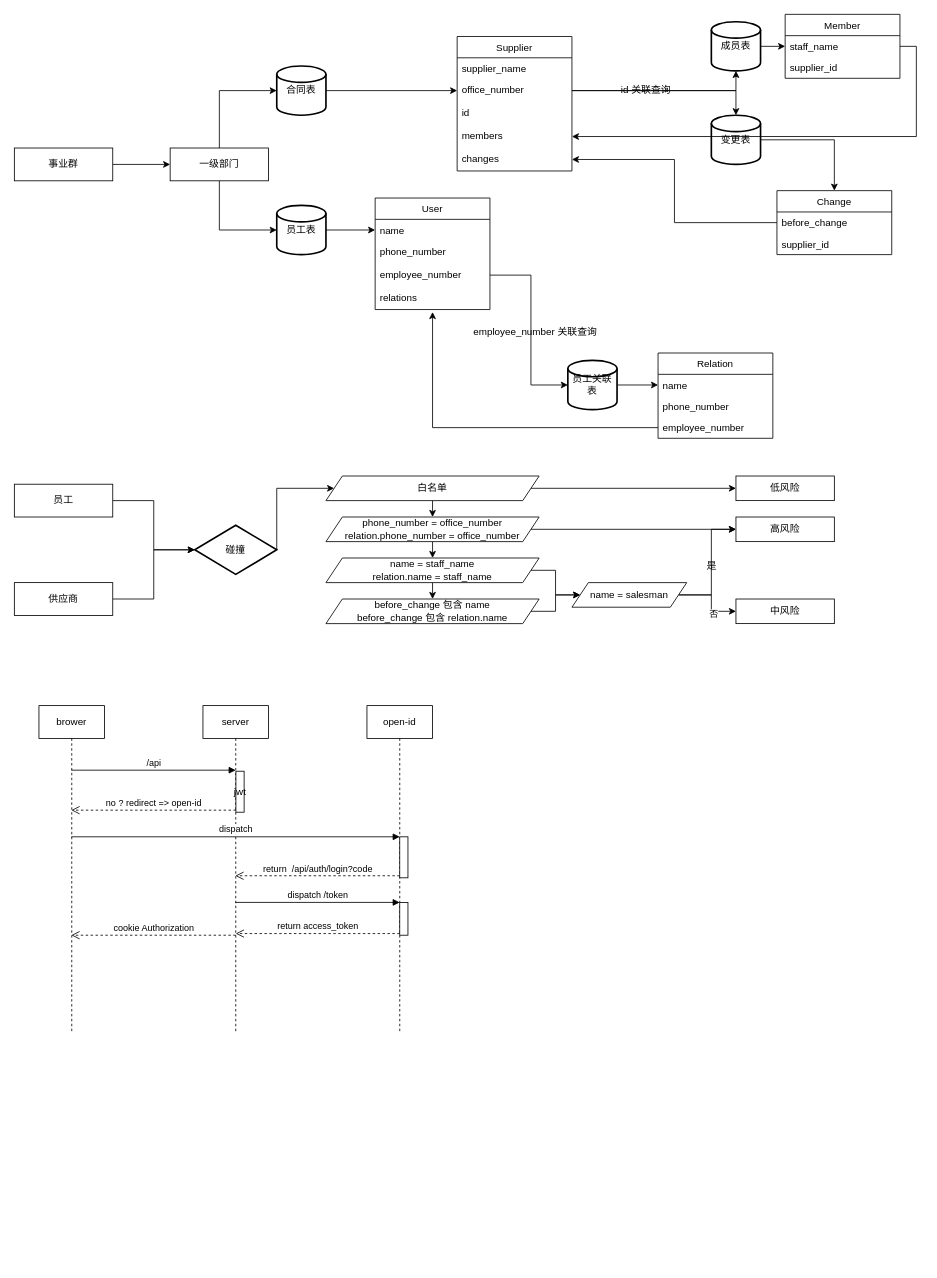
Before: 未命名绘图.drawio in leefinder/blogs, a draw.io diagram. Source tidied: cells renumbered, new cells numbered last; positions are measured from the earlier drawing's top-left corner, leaving out a move shared by most shapes. Both pictures are drawn from the tidied source at 82%, with x=0, y=0 at pixel (14, 14).
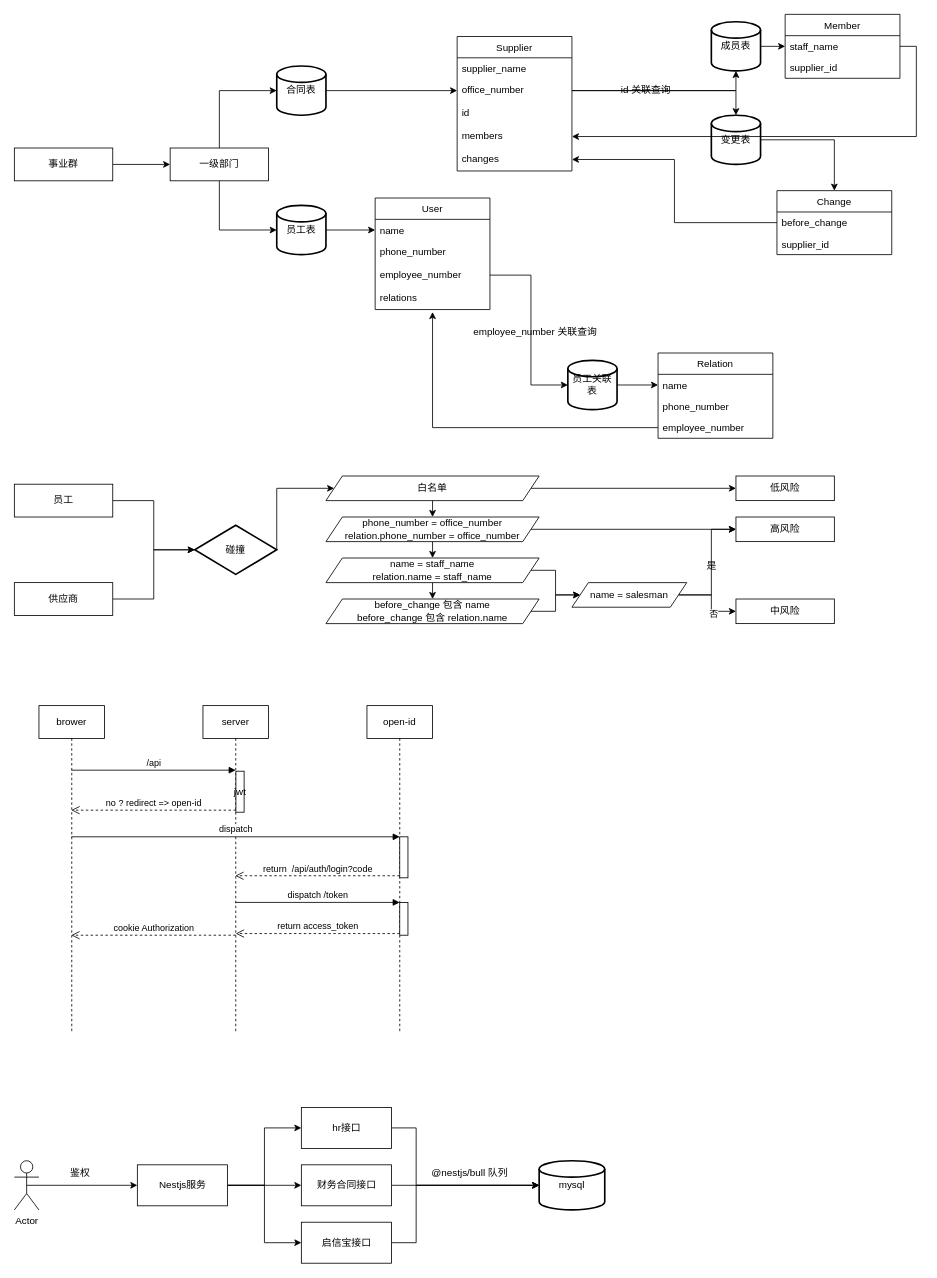
Above is the later version.

Commit message (it also covers changes not shown here):
更新未命名绘图.drawio

Change to the diagram source:
```diff
@@
+    <mxCell id="84" style="edgeStyle=orthogonalEdgeStyle;rounded=0;jettySize=auto;html=1;exitX=0.5;exitY=0.5;exitDx=0;exitDy=0;exitPerimeter=0;entryX=0;entryY=0.5;entryDx=0;entryDy=0;" parent="1" edge="1" source="85" target="89">
+      <mxGeometry relative="1" as="geometry" />
+    </mxCell>
+    <mxCell id="85" value="Actor" style="shape=umlActor;verticalLabelPosition=bottom;verticalAlign=top;html=1;" parent="1" vertex="1">
+      <mxGeometry y="1398" width="30" height="60" as="geometry" />
+    </mxCell>
+    <mxCell id="86" style="edgeStyle=orthogonalEdgeStyle;rounded=0;jettySize=auto;html=1;exitX=1;exitY=0.5;exitDx=0;exitDy=0;entryX=0;entryY=0.5;entryDx=0;entryDy=0;" parent="1" edge="1" source="89" target="91">
+      <mxGeometry relative="1" as="geometry" />
+    </mxCell>
+    <mxCell id="87" style="edgeStyle=orthogonalEdgeStyle;rounded=0;jettySize=auto;html=1;exitX=1;exitY=0.5;exitDx=0;exitDy=0;entryX=0;entryY=0.5;entryDx=0;entryDy=0;" parent="1" edge="1" source="89" target="93">
+      <mxGeometry relative="1" as="geometry" />
+    </mxCell>
+    <mxCell id="88" style="edgeStyle=orthogonalEdgeStyle;rounded=0;jettySize=auto;html=1;exitX=1;exitY=0.5;exitDx=0;exitDy=0;entryX=0;entryY=0.5;entryDx=0;entryDy=0;" parent="1" edge="1" source="89" target="95">
+      <mxGeometry relative="1" as="geometry" />
+    </mxCell>
+    <mxCell id="89" value="Nestjs服务" style="html=1;" parent="1" vertex="1">
+      <mxGeometry x="150" y="1403" width="110" height="50" as="geometry" />
+    </mxCell>
+    <mxCell id="90" style="edgeStyle=orthogonalEdgeStyle;rounded=0;jettySize=auto;html=1;exitX=1;exitY=0.5;exitDx=0;exitDy=0;entryX=0;entryY=0.5;entryDx=0;entryDy=0;entryPerimeter=0;" parent="1" edge="1" source="91" target="96">
+      <mxGeometry relative="1" as="geometry">
+        <Array as="points">
+          <mxPoint x="490" y="1358" />
+          <mxPoint x="490" y="1428" />
+        </Array>
+      </mxGeometry>
+    </mxCell>
+    <mxCell id="91" value="hr接口" style="html=1;" parent="1" vertex="1">
+      <mxGeometry x="350" y="1333" width="110" height="50" as="geometry" />
+    </mxCell>
+    <mxCell id="92" style="edgeStyle=orthogonalEdgeStyle;rounded=0;jettySize=auto;html=1;exitX=1;exitY=0.5;exitDx=0;exitDy=0;entryX=0;entryY=0.5;entryDx=0;entryDy=0;entryPerimeter=0;" parent="1" edge="1" source="93" target="96">
+      <mxGeometry relative="1" as="geometry" />
+    </mxCell>
+    <mxCell id="93" value="财务合同接口" style="html=1;" parent="1" vertex="1">
+      <mxGeometry x="350" y="1403" width="110" height="50" as="geometry" />
+    </mxCell>
+    <mxCell id="94" style="edgeStyle=orthogonalEdgeStyle;rounded=0;jettySize=auto;html=1;exitX=1;exitY=0.5;exitDx=0;exitDy=0;entryX=0;entryY=0.5;entryDx=0;entryDy=0;entryPerimeter=0;" parent="1" edge="1" source="95" target="96">
+      <mxGeometry relative="1" as="geometry">
+        <Array as="points">
+          <mxPoint x="490" y="1498" />
+          <mxPoint x="490" y="1428" />
+        </Array>
+      </mxGeometry>
+    </mxCell>
+    <mxCell id="95" value="启信宝接口" style="html=1;" parent="1" vertex="1">
+      <mxGeometry x="350" y="1473" width="110" height="50" as="geometry" />
+    </mxCell>
+    <mxCell id="96" value="mysql" style="strokeWidth=2;html=1;shape=mxgraph.flowchart.database;whiteSpace=wrap;" parent="1" vertex="1">
+      <mxGeometry x="640" y="1398" width="80" height="60" as="geometry" />
+    </mxCell>
+    <mxCell id="97" value="@nestjs/bull 队列" style="text;html=1;align=center;verticalAlign=middle;strokeColor=none;fillColor=none;" parent="1" vertex="1">
+      <mxGeometry x="500" y="1403" width="110" height="20" as="geometry" />
+    </mxCell>
+    <mxCell id="98" value="鉴权" style="text;html=1;align=center;verticalAlign=middle;strokeColor=none;fillColor=none;" parent="1" vertex="1">
+      <mxGeometry x="60" y="1403" width="40" height="20" as="geometry" />
+    </mxCell>
```
